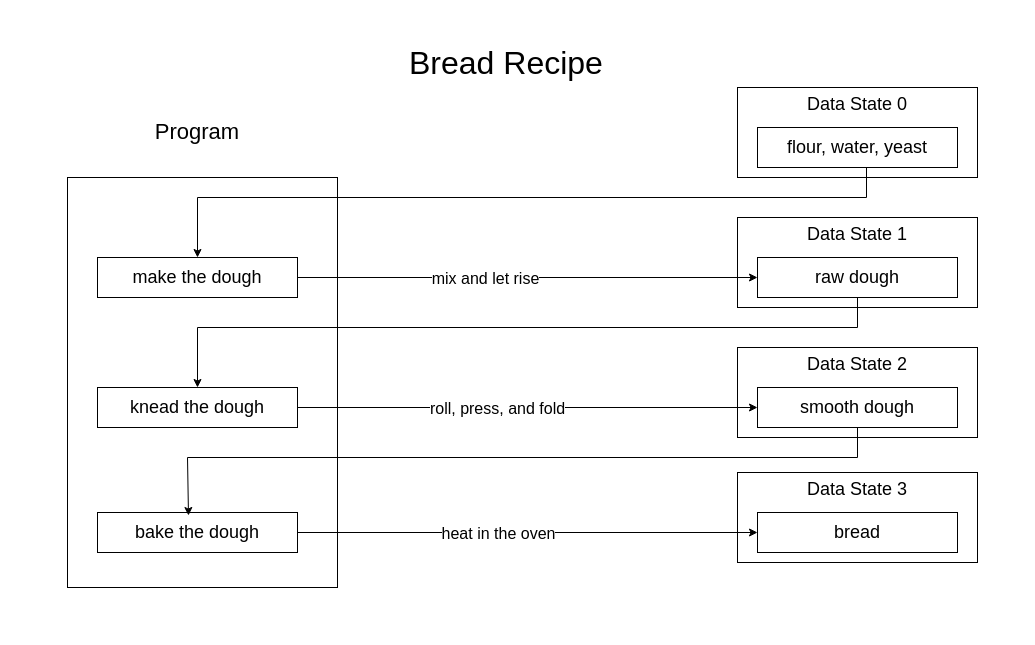
This is page "bread-recipe" (15 of 17) of docs/diagrams-data-types.drawio from kushnertodd/basic-data-science-python, a draw.io file, before an edit. Source tidied: cells renumbered, new cells numbered last; positions are measured from the earlier drawing's top-left corner, leaving out a move shared by most shapes. Both pictures are drawn from the tidied source at 100%, with x=0, y=0 at pixel (17, 17).
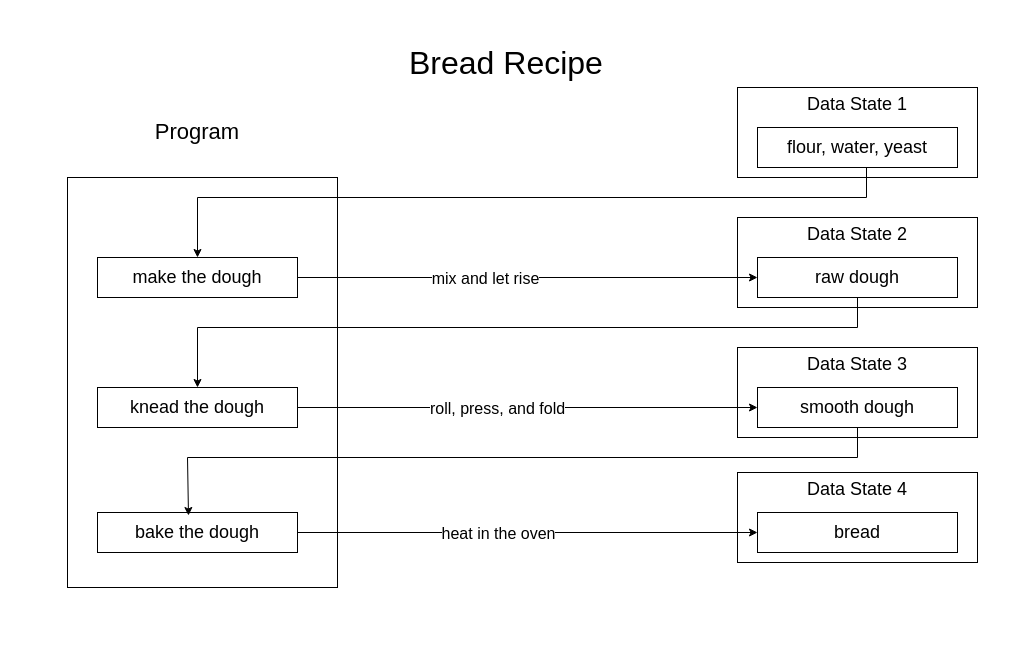
After the change.

Unchanged cells that the change refers to:
```xml
<mxCell id="12" style="group;" parent="1" vertex="1">
  <mxGeometry x="720" y="200" width="240" height="90" as="geometry" />
</mxCell>
<mxCell id="15" style="group;" parent="1" vertex="1">
  <mxGeometry x="720" y="330" width="240" height="90" as="geometry" />
</mxCell>
<mxCell id="18" style="group;" parent="1" vertex="1">
  <mxGeometry x="720" y="455" width="240" height="90" as="geometry" />
</mxCell>
```

Change to the diagram source:
```diff
@@
     <mxCell id="9" style="group;" parent="1" vertex="1">
-      <mxGeometry x="720" y="70" width="240" height="90" as="geometry" />
+      <mxGeometry x="720" y="70" width="280" height="520" as="geometry" />
     </mxCell>
-    <mxCell id="10" value="&lt;font style=&quot;font-size: 18px;&quot;&gt;Data State 0&lt;/font&gt;" style="rounded=0;whiteSpace=wrap;html=1;verticalAlign=top;" parent="9" vertex="1">
+    <mxCell id="10" value="&lt;font style=&quot;font-size: 18px;&quot;&gt;Data State 1&lt;/font&gt;" style="rounded=0;whiteSpace=wrap;html=1;verticalAlign=top;" parent="9" vertex="1">
       <mxGeometry width="240" height="90" as="geometry" />
     </mxCell>
@@
+    <mxCell id="30" style="rounded=0;whiteSpace=wrap;html=1;opacity=0;" parent="9" vertex="1">
+      <mxGeometry x="-700" y="-70" width="980" height="590" as="geometry" />
+    </mxCell>
@@
-    <mxCell id="13" value="&lt;font style=&quot;font-size: 18px;&quot;&gt;Data State 1&lt;/font&gt;" style="rounded=0;whiteSpace=wrap;html=1;verticalAlign=top;" parent="12" vertex="1">
+    <mxCell id="13" value="&lt;font style=&quot;font-size: 18px;&quot;&gt;Data State 2&lt;/font&gt;" style="rounded=0;whiteSpace=wrap;html=1;verticalAlign=top;" parent="12" vertex="1">
       <mxGeometry width="240" height="90" as="geometry" />
     </mxCell>
@@
-    <mxCell id="16" value="&lt;font style=&quot;font-size: 18px;&quot;&gt;Data State 2&lt;/font&gt;" style="rounded=0;whiteSpace=wrap;html=1;verticalAlign=top;" parent="15" vertex="1">
+    <mxCell id="16" value="&lt;font style=&quot;font-size: 18px;&quot;&gt;Data State 3&lt;/font&gt;" style="rounded=0;whiteSpace=wrap;html=1;verticalAlign=top;" parent="15" vertex="1">
       <mxGeometry width="240" height="90" as="geometry" />
     </mxCell>
@@
-    <mxCell id="19" value="&lt;font style=&quot;font-size: 18px;&quot;&gt;Data State 3&lt;/font&gt;" style="rounded=0;whiteSpace=wrap;html=1;verticalAlign=top;" parent="18" vertex="1">
+    <mxCell id="19" value="&lt;font style=&quot;font-size: 18px;&quot;&gt;Data State 4&lt;/font&gt;" style="rounded=0;whiteSpace=wrap;html=1;verticalAlign=top;" parent="18" vertex="1">
       <mxGeometry width="240" height="90" as="geometry" />
     </mxCell>
@@
-    <mxCell id="30" style="rounded=0;whiteSpace=wrap;html=1;opacity=0;" parent="1" vertex="1">
-      <mxGeometry x="20" y="20" width="980" height="590" as="geometry" />
-    </mxCell>
```
